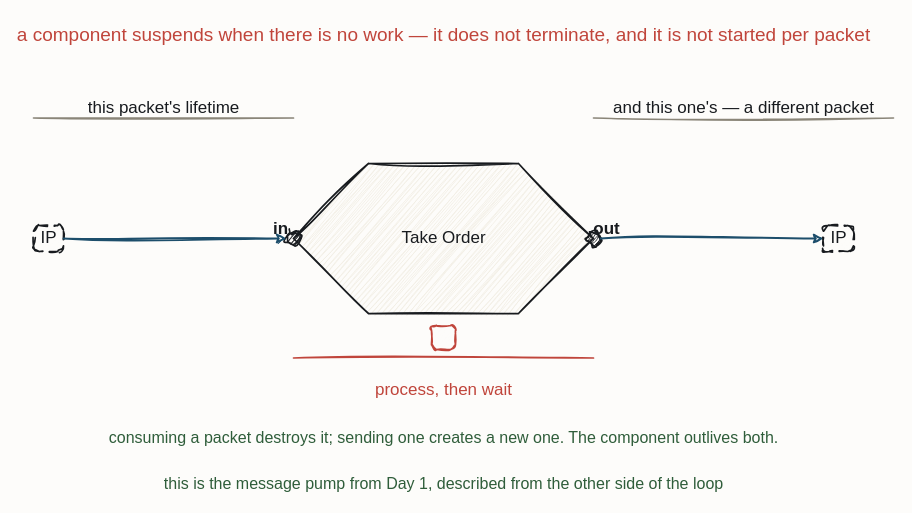
Above: resources/flow-fbp-lifetime.drawio in iancooper/practical-messaging (draw.io), before the change. Source tidied: cells renumbered, new cells numbered last; positions are measured from the earlier drawing's top-left corner, leaving out a move shared by most shapes. Both pictures are drawn from the tidied source at 100%, with x=0, y=0 at pixel (33, 17).
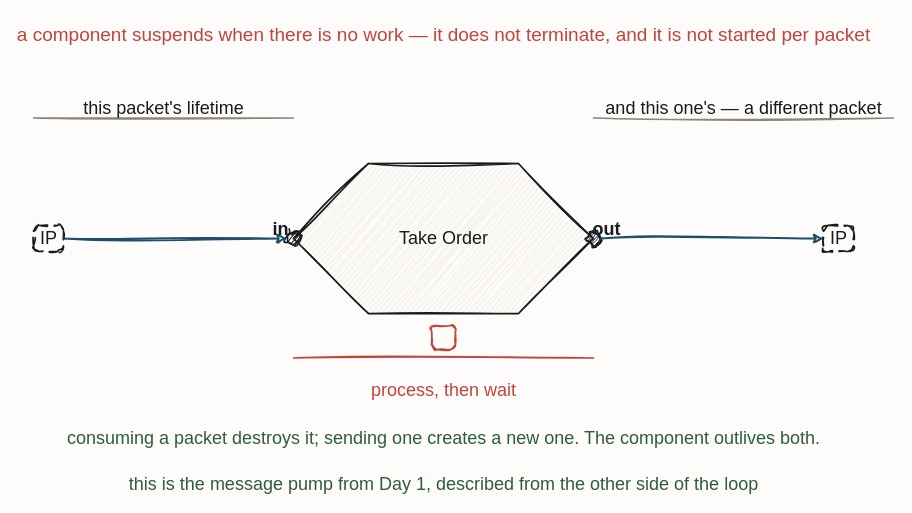
Above is the later version.

Unchanged cells that the change refers to:
```xml
<mxCell id="4" style="sketch=1;hachureGap=4;jiggle=2;curveFitting=1;fontFamily=Caveat;html=1;ellipse;verticalLabelPosition=bottom;verticalAlign=top;strokeColor=#181B1F;strokeWidth=1.7;fillColor=#181B1F;fontColor=#181B1F;fontSize=14;" parent="1" vertex="1">
  <mxGeometry x="253" y="214" width="14" height="14" as="geometry" />
</mxCell>
<mxCell id="6" style="sketch=1;hachureGap=4;jiggle=2;curveFitting=1;fontFamily=Caveat;html=1;ellipse;verticalLabelPosition=bottom;verticalAlign=top;strokeColor=#181B1F;strokeWidth=1.7;fillColor=#181B1F;fontColor=#181B1F;fontSize=14;" parent="1" vertex="1">
  <mxGeometry x="553" y="214" width="14" height="14" as="geometry" />
</mxCell>
```

Diff of the diagram source:
```diff
@@
-    <mxCell id="3" value="Take Order" style="sketch=1;hachureGap=4;jiggle=2;curveFitting=1;fontFamily=Caveat;html=1;shape=hexagon;perimeter=hexagonPerimeter2;strokeColor=#181B1F;strokeWidth=1.7;fillColor=#F3EFE6;fontColor=#181B1F;fontSize=17;" parent="1" vertex="1">
+    <mxCell id="3" value="Take Order" style="sketch=1;hachureGap=4;jiggle=2;curveFitting=1;fontFamily=Caveat;html=1;shape=hexagon;perimeter=hexagonPerimeter2;strokeColor=#181B1F;strokeWidth=1.7;fillColor=#F3EFE6;fontColor=#181B1F;fontSize=18;" parent="1" vertex="1">
       <mxGeometry x="260" y="146" width="300" height="150" as="geometry" />
     </mxCell>
@@
-    <mxCell id="5" value="in" style="text;html=1;align=center;fontFamily=Caveat;fontSize=17;fontColor=#181B1F;fontStyle=1;" parent="1" vertex="1">
+    <mxCell id="5" value="in" style="text;html=1;align=center;fontFamily=Caveat;fontSize=18;fontColor=#181B1F;fontStyle=1;" parent="1" vertex="1">
       <mxGeometry x="187" y="195" width="120" height="20" as="geometry" />
     </mxCell>
@@
-    <mxCell id="7" value="out" style="text;html=1;align=center;fontFamily=Caveat;fontSize=17;fontColor=#181B1F;fontStyle=1;" parent="1" vertex="1">
+    <mxCell id="7" value="out" style="text;html=1;align=center;fontFamily=Caveat;fontSize=18;fontColor=#181B1F;fontStyle=1;" parent="1" vertex="1">
       <mxGeometry x="513" y="195" width="120" height="20" as="geometry" />
     </mxCell>
-    <mxCell id="8" value="IP" style="sketch=1;hachureGap=4;jiggle=2;curveFitting=1;fontFamily=Caveat;html=1;rounded=1;arcSize=22;dashed=1;dashPattern=5 4;strokeColor=#181B1F;strokeWidth=1.7;fillColor=#FDFCFA;fontColor=#181B1F;fontSize=17;" parent="1" vertex="1">
+    <mxCell id="8" value="IP" style="sketch=1;hachureGap=4;jiggle=2;curveFitting=1;fontFamily=Caveat;html=1;rounded=1;arcSize=22;dashed=1;dashPattern=5 4;strokeColor=#181B1F;strokeWidth=1.7;fillColor=#FDFCFA;fontColor=#181B1F;fontSize=18;" parent="1" vertex="1">
       <mxGeometry y="208" width="30" height="26" as="geometry" />
     </mxCell>
-    <mxCell id="9" value="IP" style="sketch=1;hachureGap=4;jiggle=2;curveFitting=1;fontFamily=Caveat;html=1;rounded=1;arcSize=22;dashed=1;dashPattern=5 4;strokeColor=#181B1F;strokeWidth=1.7;fillColor=#FDFCFA;fontColor=#181B1F;fontSize=17;" parent="1" vertex="1">
+    <mxCell id="9" value="IP" style="sketch=1;hachureGap=4;jiggle=2;curveFitting=1;fontFamily=Caveat;html=1;rounded=1;arcSize=22;dashed=1;dashPattern=5 4;strokeColor=#181B1F;strokeWidth=1.7;fillColor=#FDFCFA;fontColor=#181B1F;fontSize=18;" parent="1" vertex="1">
       <mxGeometry x="790" y="208" width="30" height="26" as="geometry" />
     </mxCell>
@@
-    <mxCell id="11" value="this packet's lifetime" style="text;html=1;align=center;fontFamily=Caveat;fontSize=17;fontColor=#181B1F;" parent="1" vertex="1">
+    <mxCell id="11" value="this packet's lifetime" style="text;html=1;align=center;fontFamily=Caveat;fontSize=18;fontColor=#181B1F;" parent="1" vertex="1">
       <mxGeometry x="70" y="74" width="120" height="20" as="geometry" />
     </mxCell>
@@
-    <mxCell id="13" value="and this one's — a different packet" style="text;html=1;align=center;fontFamily=Caveat;fontSize=17;fontColor=#181B1F;" parent="1" vertex="1">
+    <mxCell id="13" value="and this one's — a different packet" style="text;html=1;align=center;fontFamily=Caveat;fontSize=18;fontColor=#181B1F;" parent="1" vertex="1">
       <mxGeometry x="650" y="74" width="120" height="20" as="geometry" />
     </mxCell>
@@
-    <mxCell id="15" value="process, then wait" style="text;html=1;align=center;fontFamily=Caveat;fontSize=17;fontColor=#C0453B;" parent="1" vertex="1">
+    <mxCell id="15" value="process, then wait" style="text;html=1;align=center;fontFamily=Caveat;fontSize=18;fontColor=#C0453B;" parent="1" vertex="1">
       <mxGeometry x="350" y="356" width="120" height="20" as="geometry" />
     </mxCell>
@@
-    <mxCell id="17" value="consuming a packet destroys it; sending one creates a new one. The component outlives both." style="text;html=1;align=center;fontFamily=Caveat;fontSize=16;fontColor=#2F5D3A;" parent="1" vertex="1">
+    <mxCell id="17" value="consuming a packet destroys it; sending one creates a new one. The component outlives both." style="text;html=1;align=center;fontFamily=Caveat;fontSize=18;fontColor=#2F5D3A;" parent="1" vertex="1">
       <mxGeometry x="350" y="404" width="120" height="20" as="geometry" />
     </mxCell>
-    <mxCell id="18" value="this is the message pump from Day 1, described from the other side of the loop" style="text;html=1;align=center;fontFamily=Caveat;fontSize=16;fontColor=#2F5D3A;" parent="1" vertex="1">
+    <mxCell id="18" value="this is the message pump from Day 1, described from the other side of the loop" style="text;html=1;align=center;fontFamily=Caveat;fontSize=18;fontColor=#2F5D3A;" parent="1" vertex="1">
       <mxGeometry x="350" y="450" width="120" height="20" as="geometry" />
     </mxCell>
-    <mxCell id="19" style="sketch=1;jiggle=2;curveFitting=1;edgeStyle=none;rounded=0;strokeColor=#1D4E6B;strokeWidth=1.8;fontFamily=Caveat;fontSize=17;fontColor=#1D4E6B;html=1;exitX=1.0;exitY=0.5;exitDx=0;exitDy=0;entryX=0.0;entryY=0.5;entryDx=0;entryDy=0;" parent="1" edge="1" source="8" target="4">
+    <mxCell id="19" style="sketch=1;jiggle=2;curveFitting=1;edgeStyle=none;rounded=0;strokeColor=#1D4E6B;strokeWidth=1.8;fontFamily=Caveat;fontSize=18;fontColor=#1D4E6B;html=1;exitX=1.0;exitY=0.5;exitDx=0;exitDy=0;entryX=0.0;entryY=0.5;entryDx=0;entryDy=0;" parent="1" edge="1" source="8" target="4">
       <mxGeometry relative="1" as="geometry" />
     </mxCell>
-    <mxCell id="20" style="sketch=1;jiggle=2;curveFitting=1;edgeStyle=none;rounded=0;strokeColor=#1D4E6B;strokeWidth=1.8;fontFamily=Caveat;fontSize=17;fontColor=#1D4E6B;html=1;exitX=1.0;exitY=0.5;exitDx=0;exitDy=0;entryX=0.0;entryY=0.5;entryDx=0;entryDy=0;" parent="1" edge="1" source="6" target="9">
+    <mxCell id="20" style="sketch=1;jiggle=2;curveFitting=1;edgeStyle=none;rounded=0;strokeColor=#1D4E6B;strokeWidth=1.8;fontFamily=Caveat;fontSize=18;fontColor=#1D4E6B;html=1;exitX=1.0;exitY=0.5;exitDx=0;exitDy=0;entryX=0.0;entryY=0.5;entryDx=0;entryDy=0;" parent="1" edge="1" source="6" target="9">
       <mxGeometry relative="1" as="geometry" />
     </mxCell>
```
